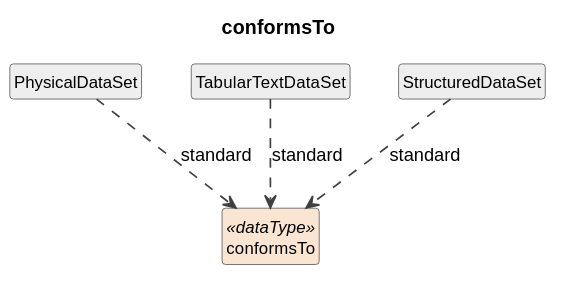
The PlantUML diagram cdif-uml-model/CDIFDataStructure/DataTypes/conformsTo.svg in Cross-Domain-Interoperability-Framework/metadataBuildingBlocks, before a commit. Source of this version:
```plantuml
@startuml
title conformsTo
hide circle
hide empty members
skinparam shadowing false
skinparam ArrowThickness 1.2
skinparam class {
  ArrowColor #404040
  BorderColor #404040
  FontSize 12
}

class "conformsTo" as conformsTo <<dataType>> #FAE5D3
class "PhysicalDataSet" as PhysicalDataSet #EEEEEE
PhysicalDataSet ..> conformsTo : standard
class "TabularTextDataSet" as TabularTextDataSet #EEEEEE
TabularTextDataSet ..> conformsTo : standard
class "StructuredDataSet" as StructuredDataSet #EEEEEE
StructuredDataSet ..> conformsTo : standard
@enduml
```
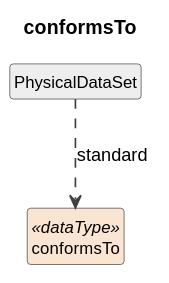
Later version of the same file.

Change to the diagram source:
```diff
@@ -13,8 +13,4 @@
 class "conformsTo" as conformsTo <<dataType>> #FAE5D3
 class "PhysicalDataSet" as PhysicalDataSet #EEEEEE
 PhysicalDataSet ..> conformsTo : standard
-class "TabularTextDataSet" as TabularTextDataSet #EEEEEE
-TabularTextDataSet ..> conformsTo : standard
-class "StructuredDataSet" as StructuredDataSet #EEEEEE
-StructuredDataSet ..> conformsTo : standard
 @enduml
```
